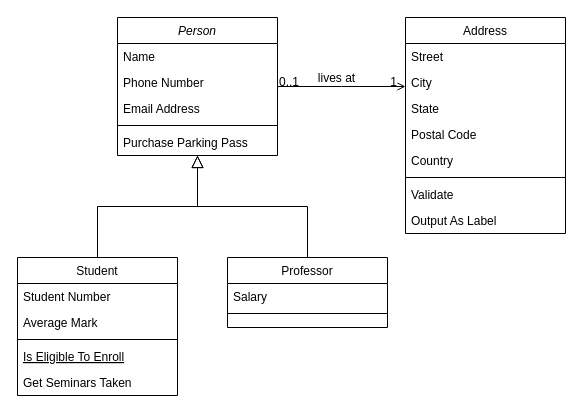
Earlier version of the draw.io diagram Diagrama sin título.drawio (Adri342/pagina). Source tidied: cells renumbered, new cells numbered last; positions are measured from the earlier drawing's top-left corner, leaving out a move shared by most shapes. Both pictures are drawn from the tidied source at 100%, with x=0, y=0 at pixel (17, 17).
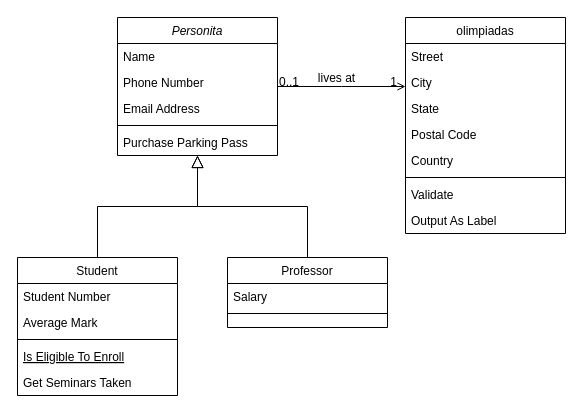
The same diagram, later.

What changed in the source:
```diff
@@
-    <mxCell id="2" value="Person" style="swimlane;fontStyle=2;align=center;verticalAlign=top;horizontal=1;startSize=26;rounded=0;shadow=0;strokeWidth=1;" parent="1" vertex="1">
+    <mxCell id="2" value="Personita" style="swimlane;fontStyle=2;align=center;verticalAlign=top;horizontal=1;startSize=26;rounded=0;shadow=0;strokeWidth=1;" parent="1" vertex="1">
       <mxGeometry x="100" width="160" height="138" as="geometry" />
     </mxCell>
@@
-    <mxCell id="19" value="Address" style="swimlane;fontStyle=0;align=center;verticalAlign=top;horizontal=1;startSize=26;rounded=0;shadow=0;strokeWidth=1;" parent="1" vertex="1">
+    <mxCell id="19" value="olimpiadas" style="swimlane;fontStyle=0;align=center;verticalAlign=top;horizontal=1;startSize=26;rounded=0;shadow=0;strokeWidth=1;" parent="1" vertex="1">
       <mxGeometry x="388" width="160" height="216" as="geometry" />
     </mxCell>
```
